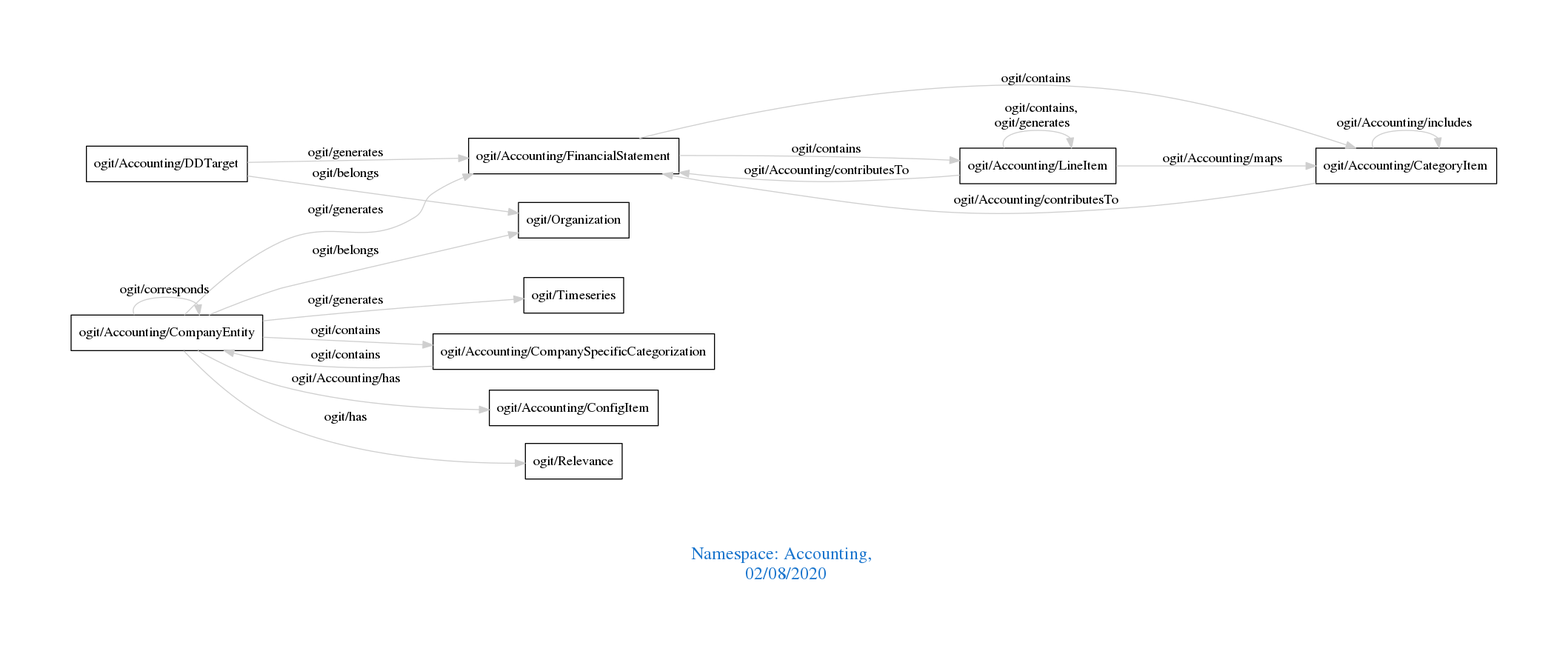
The Graphviz diagram downloads/Accounting.png in arago/OGIT, before a commit. Its source is kept beside it as downloads/Accounting.dot.
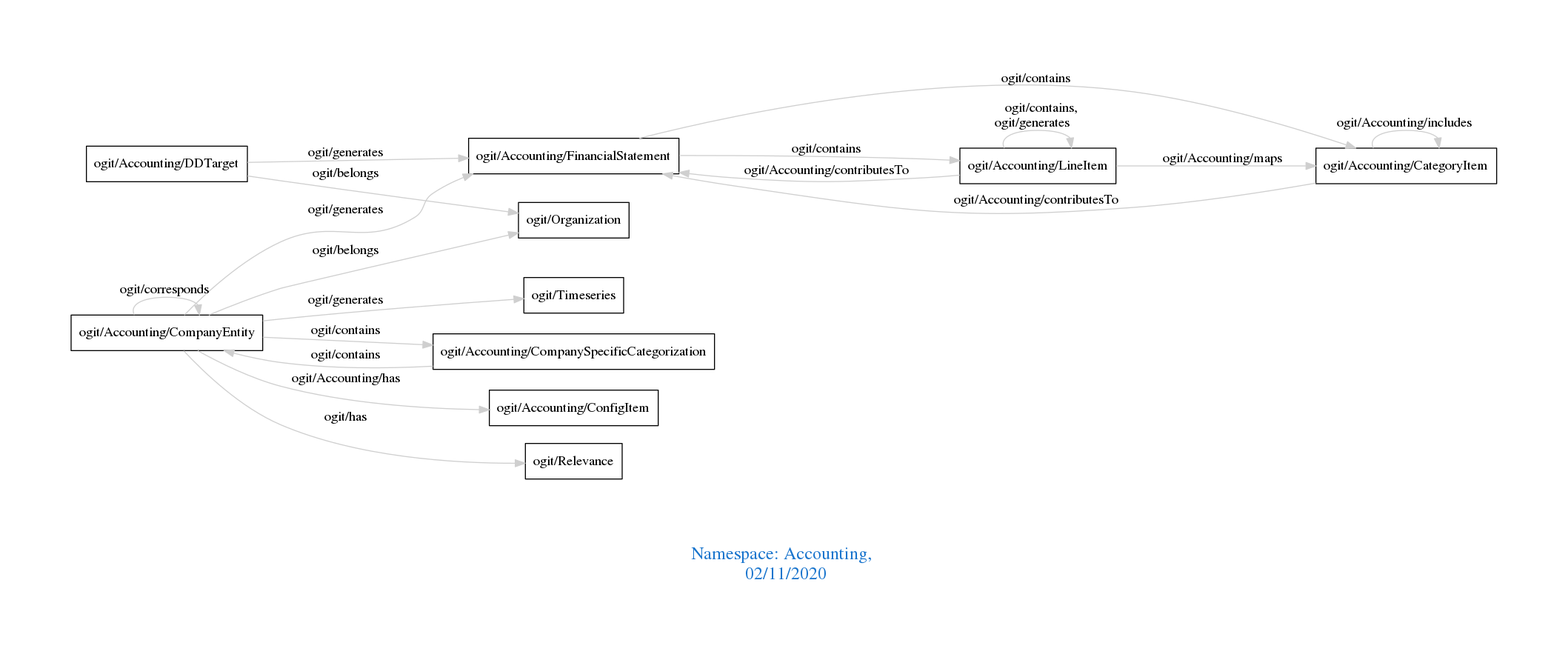
Above is the later version.

What changed in the source:
```diff
@@ -1,7 +1,7 @@
 digraph OGIT_ontology {
  graph [ rankdir= LR,pad=1
 fontsize = 18,
-fontcolor= dodgerblue3,label = "\n\n\nNamespace: Accounting, \n 02/08/2020"];
+fontcolor= dodgerblue3,label = "\n\n\nNamespace: Accounting, \n 02/11/2020"];
 node[shape=polygon];
 edge [  color="gray81"];
 
```
